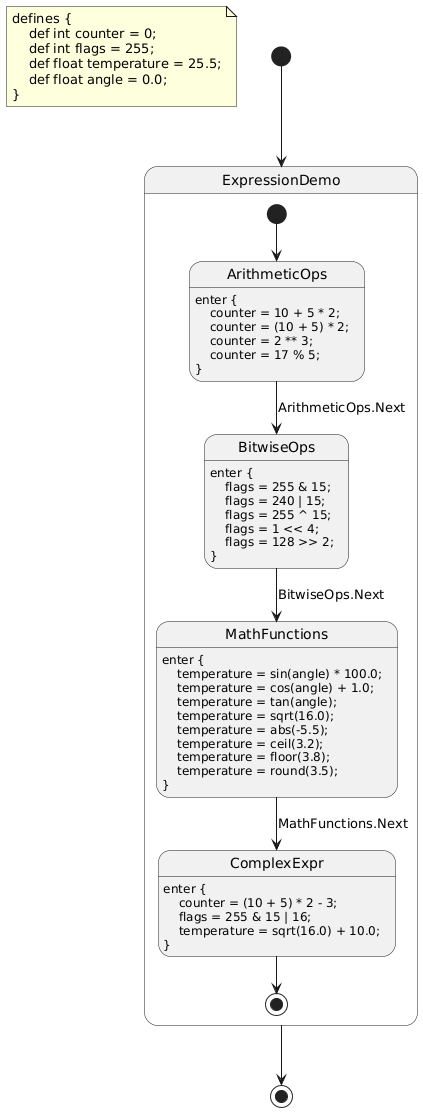
This is docs/source/tutorials/dsl/expression_demo.fcstm.puml.png from HansBug/pyfcstm, a PlantUML export, as it was before one commit.
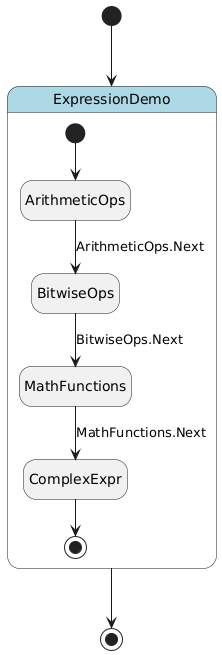
The same diagram one commit later.

The edit, as a diff of the source:
```diff
@@ -1,23 +1,18 @@
 @startuml
 hide empty description
-note as DefinitionNote
-defines {
-    def int counter = 0;
-    def int flags = 255;
-    def float temperature = 25.5;
-    def float angle = 0.0;
+
+skinparam state {
+  BackgroundColor<<pseudo>> LightGray
+  BackgroundColor<<composite>> LightBlue
+  BorderColor<<pseudo>> Gray
+  FontStyle<<pseudo>> italic
 }
-end note
 
-state "ExpressionDemo" as expression_demo {
+state "ExpressionDemo" as expression_demo <<composite>> {
     state "ArithmeticOps" as expression_demo__arithmetic_ops
-    expression_demo__arithmetic_ops : enter {\n    counter = 10 + 5 * 2;\n    counter = (10 + 5) * 2;\n    counter = 2 ** 3;\n    counter = 17 % 5;\n}
     state "BitwiseOps" as expression_demo__bitwise_ops
-    expression_demo__bitwise_ops : enter {\n    flags = 255 & 15;\n    flags = 240 | 15;\n    flags = 255 ^ 15;\n    flags = 1 << 4;\n    flags = 128 >> 2;\n}
     state "MathFunctions" as expression_demo__math_functions
-    expression_demo__math_functions : enter {\n    temperature = sin(angle) * 100.0;\n    temperature = cos(angle) + 1.0;\n    temperature = tan(angle);\n    temperature = sqrt(16.0);\n    temperature = abs(-5.5);\n    temperature = ceil(3.2);\n    temperature = floor(3.8);\n    temperature = round(3.5);\n}
     state "ComplexExpr" as expression_demo__complex_expr
-    expression_demo__complex_expr : enter {\n    counter = (10 + 5) * 2 - 3;\n    flags = 255 & 15 | 16;\n    temperature = sqrt(16.0) + 10.0;\n}
     [*] --> expression_demo__arithmetic_ops
     expression_demo__arithmetic_ops --> expression_demo__bitwise_ops : ArithmeticOps.Next
     expression_demo__bitwise_ops --> expression_demo__math_functions : BitwiseOps.Next
```
